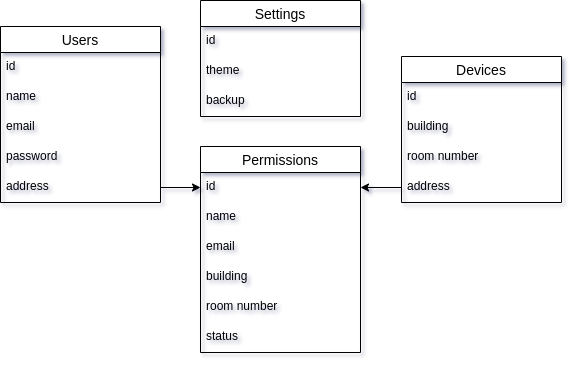
iloveyii/mobile-platforms-dt581b-project keeps this draw.io diagram as documentation/diagram/erd.png. Above is the earlier version. Source tidied: cells renumbered, new cells last; positions are measured from the earlier drawing's top-left corner, leaving out a move shared by most shapes. Source of this version:
```xml
<mxGraphModel>
  <root>
    <mxCell id="0" />
    <mxCell id="1" parent="0" />
    <mxCell id="2" value="Devices" style="swimlane;fontStyle=0;horizontal=1;startSize=26;align=center;fontSize=14;" parent="1" vertex="1">
      <mxGeometry x="401" y="56" width="160" height="146" as="geometry" />
    </mxCell>
    <mxCell id="3" value="id" style="text;strokeColor=none;fillColor=none;spacingLeft=4;spacingRight=4;overflow=hidden;fontSize=12;" parent="2" vertex="1">
      <mxGeometry y="26" width="160" height="30" as="geometry" />
    </mxCell>
    <mxCell id="4" value="building" style="text;strokeColor=none;fillColor=none;spacingLeft=4;spacingRight=4;overflow=hidden;fontSize=12;" parent="2" vertex="1">
      <mxGeometry y="56" width="160" height="30" as="geometry" />
    </mxCell>
    <mxCell id="5" value="room number" style="text;strokeColor=none;fillColor=none;spacingLeft=4;spacingRight=4;overflow=hidden;fontSize=12;" parent="2" vertex="1">
      <mxGeometry y="86" width="160" height="30" as="geometry" />
    </mxCell>
    <mxCell id="6" value="address" style="text;strokeColor=none;fillColor=none;spacingLeft=4;spacingRight=4;overflow=hidden;points=[[0,0.5],[1,0.5]];portConstraint=eastwest;fontSize=12;" parent="2" vertex="1">
      <mxGeometry y="116" width="160" height="30" as="geometry" />
    </mxCell>
    <mxCell id="7" value="Permissions" style="swimlane;fontStyle=0;horizontal=1;startSize=26;align=center;fontSize=14;" parent="1" vertex="1">
      <mxGeometry x="200" y="146" width="160" height="206" as="geometry" />
    </mxCell>
    <mxCell id="8" value="id" style="text;strokeColor=none;fillColor=none;spacingLeft=4;spacingRight=4;overflow=hidden;points=[[0,0.5],[1,0.5]];portConstraint=eastwest;fontSize=12;" parent="7" vertex="1">
      <mxGeometry y="26" width="160" height="30" as="geometry" />
    </mxCell>
    <mxCell id="9" value="name" style="text;strokeColor=none;fillColor=none;spacingLeft=4;spacingRight=4;overflow=hidden;fontSize=12;" parent="7" vertex="1">
      <mxGeometry y="56" width="160" height="30" as="geometry" />
    </mxCell>
    <mxCell id="10" value="email" style="text;strokeColor=none;fillColor=none;spacingLeft=4;spacingRight=4;overflow=hidden;fontSize=12;" parent="7" vertex="1">
      <mxGeometry y="86" width="160" height="30" as="geometry" />
    </mxCell>
    <mxCell id="11" value="building" style="text;strokeColor=none;fillColor=none;spacingLeft=4;spacingRight=4;overflow=hidden;fontSize=12;" parent="7" vertex="1">
      <mxGeometry y="116" width="160" height="30" as="geometry" />
    </mxCell>
    <mxCell id="12" value="room number" style="text;strokeColor=none;fillColor=none;spacingLeft=4;spacingRight=4;overflow=hidden;fontSize=12;" parent="7" vertex="1">
      <mxGeometry y="146" width="160" height="30" as="geometry" />
    </mxCell>
    <mxCell id="13" value="status" style="text;strokeColor=none;fillColor=none;spacingLeft=4;spacingRight=4;overflow=hidden;fontSize=12;" parent="7" vertex="1">
      <mxGeometry y="176" width="160" height="30" as="geometry" />
    </mxCell>
    <mxCell id="14" style="endArrow=classic;html=1;entryX=0;entryY=0.5;entryDx=0;entryDy=0;exitX=1;exitY=0.5;exitDx=0;exitDy=0;" parent="1" edge="1" source="21" target="8">
      <mxGeometry relative="1" as="geometry" />
    </mxCell>
    <mxCell id="15" style="endArrow=classic;html=1;exitX=0;exitY=0.5;exitDx=0;exitDy=0;entryX=1;entryY=0.5;entryDx=0;entryDy=0;" parent="1" edge="1" source="6" target="8">
      <mxGeometry relative="1" as="geometry" />
    </mxCell>
    <mxCell id="16" value="Users" style="swimlane;fontStyle=0;horizontal=1;startSize=26;align=center;fontSize=14;" parent="1" vertex="1">
      <mxGeometry y="26" width="160" height="176" as="geometry" />
    </mxCell>
    <mxCell id="17" value="id" style="text;strokeColor=none;fillColor=none;spacingLeft=4;spacingRight=4;overflow=hidden;points=[[0,0.5],[1,0.5]];portConstraint=eastwest;fontSize=12;" parent="16" vertex="1">
      <mxGeometry y="26" width="160" height="30" as="geometry" />
    </mxCell>
    <mxCell id="18" value="name" style="text;strokeColor=none;fillColor=none;spacingLeft=4;spacingRight=4;overflow=hidden;fontSize=12;" parent="16" vertex="1">
      <mxGeometry y="56" width="160" height="30" as="geometry" />
    </mxCell>
    <mxCell id="19" value="email" style="text;strokeColor=none;fillColor=none;spacingLeft=4;spacingRight=4;overflow=hidden;fontSize=12;" parent="16" vertex="1">
      <mxGeometry y="86" width="160" height="30" as="geometry" />
    </mxCell>
    <mxCell id="20" value="password" style="text;strokeColor=none;fillColor=none;spacingLeft=4;spacingRight=4;overflow=hidden;fontSize=12;" parent="16" vertex="1">
      <mxGeometry y="116" width="160" height="30" as="geometry" />
    </mxCell>
    <mxCell id="21" value="address&#10;" style="text;strokeColor=none;fillColor=none;spacingLeft=4;spacingRight=4;overflow=hidden;points=[[0,0.5],[1,0.5]];portConstraint=eastwest;fontSize=12;" parent="16" vertex="1">
      <mxGeometry y="146" width="160" height="30" as="geometry" />
    </mxCell>
    <mxCell id="22" value="Settings" style="swimlane;fontStyle=0;horizontal=1;startSize=26;align=center;fontSize=14;" parent="1" vertex="1">
      <mxGeometry x="200" width="160" height="116" as="geometry" />
    </mxCell>
    <mxCell id="23" value="id" style="text;strokeColor=none;fillColor=none;spacingLeft=4;spacingRight=4;overflow=hidden;fontSize=12;" parent="22" vertex="1">
      <mxGeometry y="26" width="160" height="30" as="geometry" />
    </mxCell>
    <mxCell id="24" value="theme" style="text;strokeColor=none;fillColor=none;spacingLeft=4;spacingRight=4;overflow=hidden;fontSize=12;" parent="22" vertex="1">
      <mxGeometry y="56" width="160" height="30" as="geometry" />
    </mxCell>
    <mxCell id="25" value="backup" style="text;strokeColor=none;fillColor=none;spacingLeft=4;spacingRight=4;overflow=hidden;fontSize=12;" parent="22" vertex="1">
      <mxGeometry y="86" width="160" height="30" as="geometry" />
    </mxCell>
  </root>
</mxGraphModel>
```
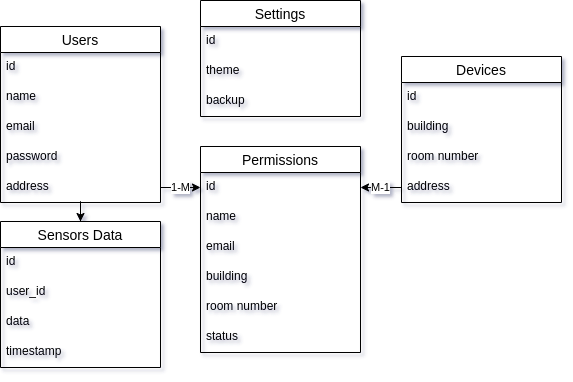
The same diagram one commit later.

The edit, as a diff of the source:
```diff
@@ -38,41 +38,59 @@
     <mxCell id="13" value="status" style="text;strokeColor=none;fillColor=none;spacingLeft=4;spacingRight=4;overflow=hidden;fontSize=12;" parent="7" vertex="1">
       <mxGeometry y="176" width="160" height="30" as="geometry" />
     </mxCell>
-    <mxCell id="14" style="endArrow=classic;html=1;entryX=0;entryY=0.5;entryDx=0;entryDy=0;exitX=1;exitY=0.5;exitDx=0;exitDy=0;" parent="1" edge="1" source="21" target="8">
+    <mxCell id="14" value="1-M" style="endArrow=classic;html=1;entryX=0;entryY=0.5;entryDx=0;entryDy=0;exitX=1;exitY=0.5;exitDx=0;exitDy=0;" parent="1" edge="1" source="22" target="8">
       <mxGeometry relative="1" as="geometry" />
     </mxCell>
-    <mxCell id="15" style="endArrow=classic;html=1;exitX=0;exitY=0.5;exitDx=0;exitDy=0;entryX=1;entryY=0.5;entryDx=0;entryDy=0;" parent="1" edge="1" source="6" target="8">
+    <mxCell id="15" value="M-1" style="endArrow=classic;html=1;exitX=0;exitY=0.5;exitDx=0;exitDy=0;entryX=1;entryY=0.5;entryDx=0;entryDy=0;" parent="1" edge="1" source="6" target="8">
       <mxGeometry relative="1" as="geometry" />
     </mxCell>
-    <mxCell id="16" value="Users" style="swimlane;fontStyle=0;horizontal=1;startSize=26;align=center;fontSize=14;" parent="1" vertex="1">
-      <mxGeometry y="26" width="160" height="176" as="geometry" />
+    <mxCell id="16" style="edgeStyle=orthogonalEdgeStyle;rounded=0;jettySize=auto;html=1;" parent="1" edge="1" source="17" target="27">
+      <mxGeometry relative="1" as="geometry" />
     </mxCell>
-    <mxCell id="17" value="id" style="text;strokeColor=none;fillColor=none;spacingLeft=4;spacingRight=4;overflow=hidden;points=[[0,0.5],[1,0.5]];portConstraint=eastwest;fontSize=12;" parent="16" vertex="1">
-      <mxGeometry y="26" width="160" height="30" as="geometry" />
+    <mxCell id="17" value="Users" style="swimlane;fontStyle=0;horizontal=1;startSize=26;align=center;fontSize=14;" parent="1" vertex="1">
+      <mxGeometry y="26" width="160" height="176" as="geometry" />
     </mxCell>
-    <mxCell id="18" value="name" style="text;strokeColor=none;fillColor=none;spacingLeft=4;spacingRight=4;overflow=hidden;fontSize=12;" parent="16" vertex="1">
-      <mxGeometry y="56" width="160" height="30" as="geometry" />
+    <mxCell id="18" value="id" style="text;strokeColor=none;fillColor=none;spacingLeft=4;spacingRight=4;overflow=hidden;fontSize=12;" parent="17" vertex="1">
+      <mxGeometry y="26" width="160" height="30" as="geometry" />
     </mxCell>
-    <mxCell id="19" value="email" style="text;strokeColor=none;fillColor=none;spacingLeft=4;spacingRight=4;overflow=hidden;fontSize=12;" parent="16" vertex="1">
-      <mxGeometry y="86" width="160" height="30" as="geometry" />
+    <mxCell id="19" value="name" style="text;strokeColor=none;fillColor=none;spacingLeft=4;spacingRight=4;overflow=hidden;fontSize=12;" parent="17" vertex="1">
+      <mxGeometry y="56" width="160" height="30" as="geometry" />
     </mxCell>
-    <mxCell id="20" value="password" style="text;strokeColor=none;fillColor=none;spacingLeft=4;spacingRight=4;overflow=hidden;fontSize=12;" parent="16" vertex="1">
-      <mxGeometry y="116" width="160" height="30" as="geometry" />
+    <mxCell id="20" value="email" style="text;strokeColor=none;fillColor=none;spacingLeft=4;spacingRight=4;overflow=hidden;fontSize=12;" parent="17" vertex="1">
+      <mxGeometry y="86" width="160" height="30" as="geometry" />
     </mxCell>
-    <mxCell id="21" value="address&#10;" style="text;strokeColor=none;fillColor=none;spacingLeft=4;spacingRight=4;overflow=hidden;points=[[0,0.5],[1,0.5]];portConstraint=eastwest;fontSize=12;" parent="16" vertex="1">
-      <mxGeometry y="146" width="160" height="30" as="geometry" />
+    <mxCell id="21" value="password" style="text;strokeColor=none;fillColor=none;spacingLeft=4;spacingRight=4;overflow=hidden;points=[[0,0.5],[1,0.5]];portConstraint=eastwest;fontSize=12;" parent="17" vertex="1">
+      <mxGeometry y="116" width="160" height="30" as="geometry" />
     </mxCell>
-    <mxCell id="22" value="Settings" style="swimlane;fontStyle=0;horizontal=1;startSize=26;align=center;fontSize=14;" parent="1" vertex="1">
-      <mxGeometry x="200" width="160" height="116" as="geometry" />
+    <mxCell id="22" value="address&#10;" style="text;strokeColor=none;fillColor=none;spacingLeft=4;spacingRight=4;overflow=hidden;points=[[0,0.5],[1,0.5]];portConstraint=eastwest;fontSize=12;" parent="17" vertex="1">
+      <mxGeometry y="146" width="160" height="30" as="geometry" />
     </mxCell>
-    <mxCell id="23" value="id" style="text;strokeColor=none;fillColor=none;spacingLeft=4;spacingRight=4;overflow=hidden;fontSize=12;" parent="22" vertex="1">
-      <mxGeometry y="26" width="160" height="30" as="geometry" />
+    <mxCell id="23" value="Settings" style="swimlane;fontStyle=0;horizontal=1;startSize=26;align=center;fontSize=14;" parent="1" vertex="1">
+      <mxGeometry x="200" width="160" height="116" as="geometry" />
     </mxCell>
-    <mxCell id="24" value="theme" style="text;strokeColor=none;fillColor=none;spacingLeft=4;spacingRight=4;overflow=hidden;fontSize=12;" parent="22" vertex="1">
-      <mxGeometry y="56" width="160" height="30" as="geometry" />
+    <mxCell id="24" value="id" style="text;strokeColor=none;fillColor=none;spacingLeft=4;spacingRight=4;overflow=hidden;fontSize=12;" parent="23" vertex="1">
+      <mxGeometry y="26" width="160" height="30" as="geometry" />
     </mxCell>
-    <mxCell id="25" value="backup" style="text;strokeColor=none;fillColor=none;spacingLeft=4;spacingRight=4;overflow=hidden;fontSize=12;" parent="22" vertex="1">
-      <mxGeometry y="86" width="160" height="30" as="geometry" />
+    <mxCell id="25" value="theme" style="text;strokeColor=none;fillColor=none;spacingLeft=4;spacingRight=4;overflow=hidden;fontSize=12;" parent="23" vertex="1">
+      <mxGeometry y="56" width="160" height="30" as="geometry" />
     </mxCell>
+    <mxCell id="26" value="backup" style="text;strokeColor=none;fillColor=none;spacingLeft=4;spacingRight=4;overflow=hidden;fontSize=12;" parent="23" vertex="1">
+      <mxGeometry y="86" width="160" height="30" as="geometry" />
+    </mxCell>
+    <mxCell id="27" value="Sensors Data" style="swimlane;fontStyle=0;horizontal=1;startSize=26;align=center;fontSize=14;" parent="1" vertex="1">
+      <mxGeometry y="221" width="160" height="146" as="geometry" />
+    </mxCell>
+    <mxCell id="28" value="id" style="text;strokeColor=none;fillColor=none;spacingLeft=4;spacingRight=4;overflow=hidden;fontSize=12;" parent="27" vertex="1">
+      <mxGeometry y="26" width="160" height="30" as="geometry" />
+    </mxCell>
+    <mxCell id="29" value="user_id" style="text;strokeColor=none;fillColor=none;spacingLeft=4;spacingRight=4;overflow=hidden;fontSize=12;" parent="27" vertex="1">
+      <mxGeometry y="56" width="160" height="30" as="geometry" />
+    </mxCell>
+    <mxCell id="30" value="data" style="text;strokeColor=none;fillColor=none;spacingLeft=4;spacingRight=4;overflow=hidden;fontSize=12;" parent="27" vertex="1">
+      <mxGeometry y="86" width="160" height="30" as="geometry" />
+    </mxCell>
+    <mxCell id="31" value="timestamp" style="text;strokeColor=none;fillColor=none;spacingLeft=4;spacingRight=4;overflow=hidden;fontSize=12;" parent="27" vertex="1">
+      <mxGeometry y="116" width="160" height="30" as="geometry" />
+    </mxCell>
   </root>
 </mxGraphModel>
```
